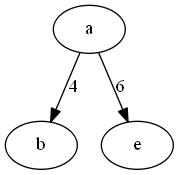
alexandrepsjf/Grafos keeps this Graphviz diagram as TeoriaDosGrafos/src/os/img/file.png. Above is the earlier version. Its source is kept beside it as TeoriaDosGrafos/src/os/dot/file.dot. The source it was exported from:
```dot
digraph G {a -> b[label=4];
a -> e[label=6];
}
```
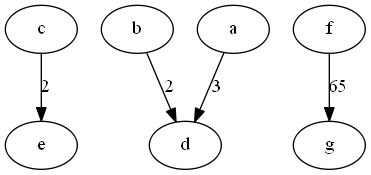
After the commit.

The edit, as a diff of the source:
```diff
@@ -1,3 +1,5 @@
-digraph G {a -> b[label=4];
-a -> e[label=6];
+digraph G {c -> e[label=2];
+b -> d[label=2];
+a -> d[label=3];
+f -> g[label=65];
 }
```
